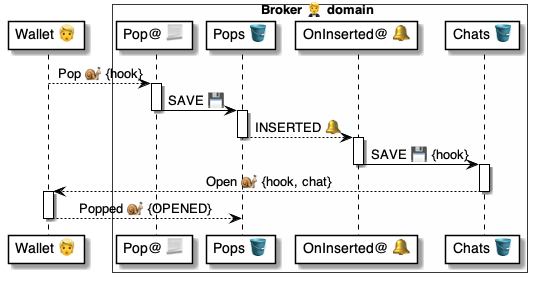
The PlantUML diagram 4 ⚙️ Solution/20 🧑‍🦰 UI/Brokers 🤵/🤵🪣 Broker tables/Pops 🎈 table/🪣🔔 11 Pop/🤵 OnPopInserted ⚙️ uml.png in pollyweb-org/pollyweb-docs, before a commit. Its source is kept beside it as 4 ⚙️ Solution/20 🧑‍🦰 UI/Brokers 🤵/🤵🪣 Broker tables/Pops 🎈 table/🪣🔔 11 Pop/🤵 OnPopInserted ⚙️ uml.puml.
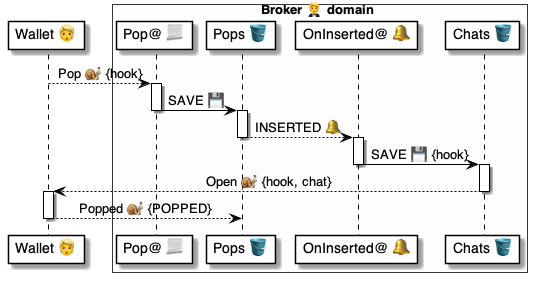
After the commit.

Diff of the diagram source:
```diff
@@ -1,4 +1,4 @@
-@startuml Pop@Broker
+@startuml OnPopInserted
 
 participant "Wallet 👱" as wallet
 
@@ -29,7 +29,7 @@
 deactivate chats
 
 activate wallet
-    wallet --> pops: Popped 🐌 {OPENED}
+    wallet --> pops: Popped 🐌 {POPPED}
 deactivate wallet
 
 
```
